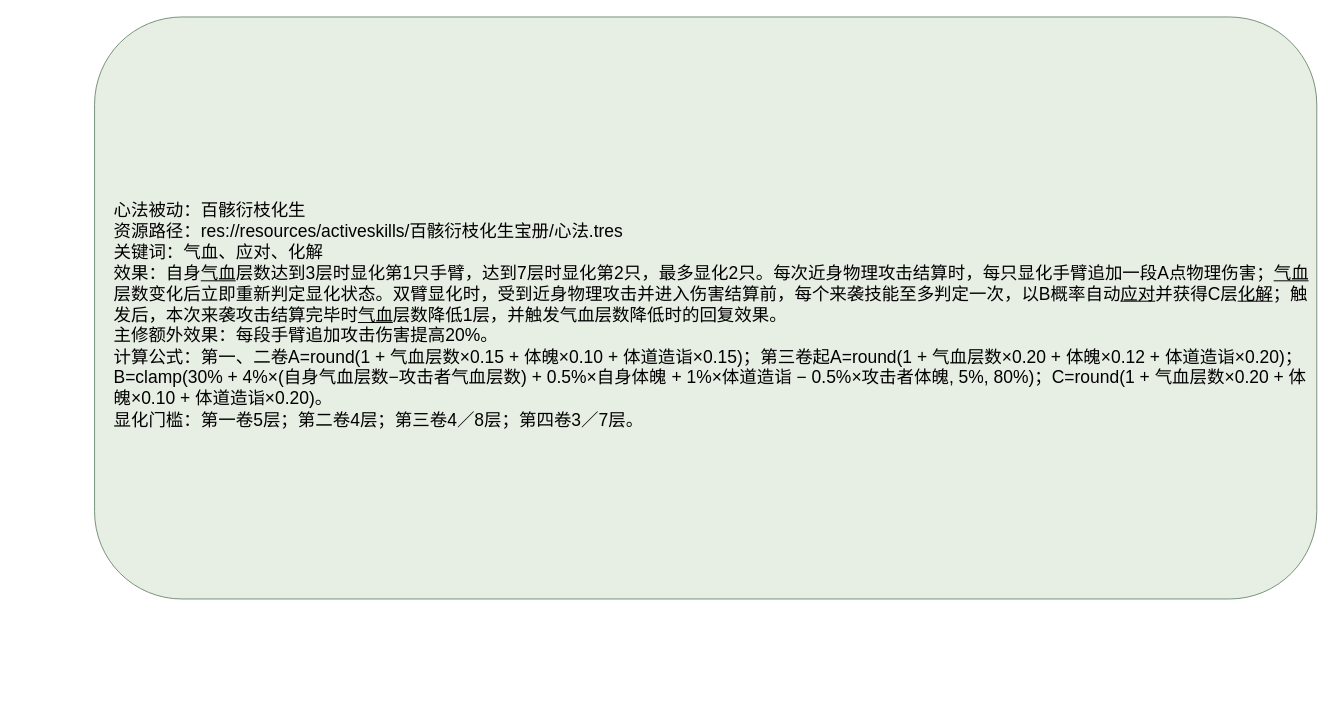
Before: page "百骸衍枝化生" (1 of 2) of docs/卡牌词典/秘籍技能/百骸衍枝化生宝册/心法.drawio in ankundanetracyc-spec/tian-guan-you-du, a draw.io diagram. Source tidied: cells renumbered, new cells numbered last; positions are measured from the earlier drawing's top-left corner, leaving out a move shared by most shapes. Both pictures are drawn from the tidied source at 97%, with x=0, y=0 at pixel (94, 16).
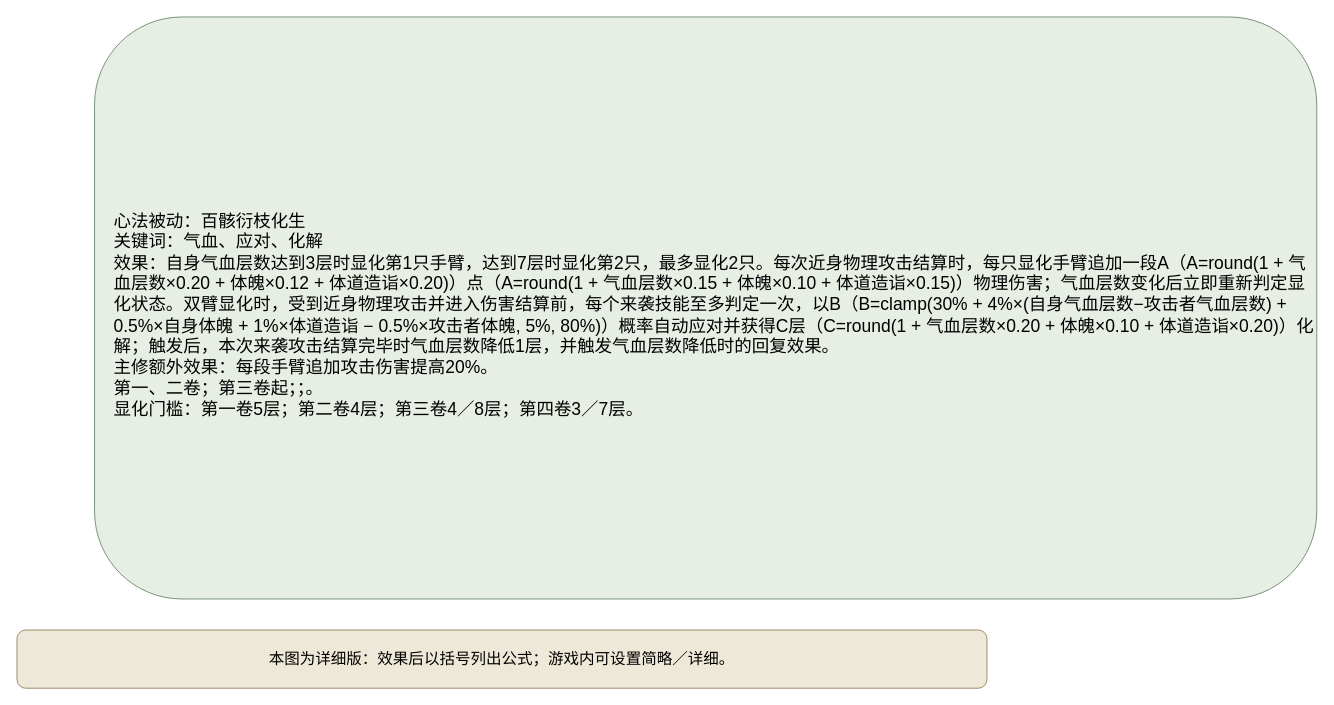
The same page after the edit.

The edit, as a diff of the source:
```diff
@@
 <mxGraphModel>
   <root>
     <mxCell id="0" />
     <mxCell id="1" parent="0" />
-    <mxCell id="2" value="&lt;div style=&quot;text-align:left;&quot;&gt;心法被动：百骸衍枝化生&lt;br&gt;资源路径：res://resources/activeskills/百骸衍枝化生宝册/心法.tres&lt;br&gt;关键词：气血、应对、化解&lt;br&gt;效果：自身&lt;u&gt;气血&lt;/u&gt;层数达到3层时显化第1只手臂，达到7层时显化第2只，最多显化2只。每次近身物理攻击结算时，每只显化手臂追加一段A点物理伤害；&lt;u&gt;气血&lt;/u&gt;层数变化后立即重新判定显化状态。双臂显化时，受到近身物理攻击并进入伤害结算前，每个来袭技能至多判定一次，以B概率自动&lt;u&gt;应对&lt;/u&gt;并获得C层&lt;u&gt;化解&lt;/u&gt;；触发后，本次来袭攻击结算完毕时&lt;u&gt;气血&lt;/u&gt;层数降低1层，并触发气血层数降低时的回复效果。&lt;br&gt;主修额外效果：每段手臂追加攻击伤害提高20%。&lt;br&gt;计算公式：第一、二卷A=round(1 + 气血层数×0.15 + 体魄×0.10 + 体道造诣×0.15)；第三卷起A=round(1 + 气血层数×0.20 + 体魄×0.12 + 体道造诣×0.20)；B=clamp(30% + 4%×(自身气血层数−攻击者气血层数) + 0.5%×自身体魄 + 1%×体道造诣 − 0.5%×攻击者体魄, 5%, 80%)；C=round(1 + 气血层数×0.20 + 体魄×0.10 + 体道造诣×0.20)。&lt;br&gt;显化门槛：第一卷5层；第二卷4层；第三卷4／8层；第四卷3／7层。&lt;/div&gt;" style="rounded=1;whiteSpace=wrap;html=1;fillColor=#e7eee4;strokeColor=#769078;fontSize=18;align=left;spacingLeft=18;spacingTop=16;" parent="1" vertex="1">
+    <mxCell id="2" value="心法被动：百骸衍枝化生&#10;关键词：气血、应对、化解&#10;效果：自身气血层数达到3层时显化第1只手臂，达到7层时显化第2只，最多显化2只。每次近身物理攻击结算时，每只显化手臂追加一段A（A=round(1 + 气血层数×0.20 + 体魄×0.12 + 体道造诣×0.20)）点（A=round(1 + 气血层数×0.15 + 体魄×0.10 + 体道造诣×0.15)）物理伤害；气血层数变化后立即重新判定显化状态。双臂显化时，受到近身物理攻击并进入伤害结算前，每个来袭技能至多判定一次，以B（B=clamp(30% + 4%×(自身气血层数−攻击者气血层数) + 0.5%×自身体魄 + 1%×体道造诣 − 0.5%×攻击者体魄, 5%, 80%)）概率自动应对并获得C层（C=round(1 + 气血层数×0.20 + 体魄×0.10 + 体道造诣×0.20)）化解；触发后，本次来袭攻击结算完毕时气血层数降低1层，并触发气血层数降低时的回复效果。&#10;主修额外效果：每段手臂追加攻击伤害提高20%。&#10;第一、二卷；第三卷起；；。&#10;显化门槛：第一卷5层；第二卷4层；第三卷4／8层；第四卷3／7层。" style="rounded=1;whiteSpace=wrap;html=1;fillColor=#e7eee4;strokeColor=#769078;fontSize=18;align=left;spacingLeft=18;spacingTop=16;" parent="1" vertex="1">
       <mxGeometry width="1260" height="600" as="geometry" />
     </mxCell>
+    <mxCell id="3" value="本图为详细版：效果后以括号列出公式；游戏内可设置简略／详细。" style="rounded=1;whiteSpace=wrap;html=1;fillColor=#eee8d8;strokeColor=#9a8967;fontSize=16;" parent="1" vertex="1">
+      <mxGeometry x="-80" y="632" width="1000" height="60" as="geometry" />
+    </mxCell>
   </root>
 </mxGraphModel>
```
